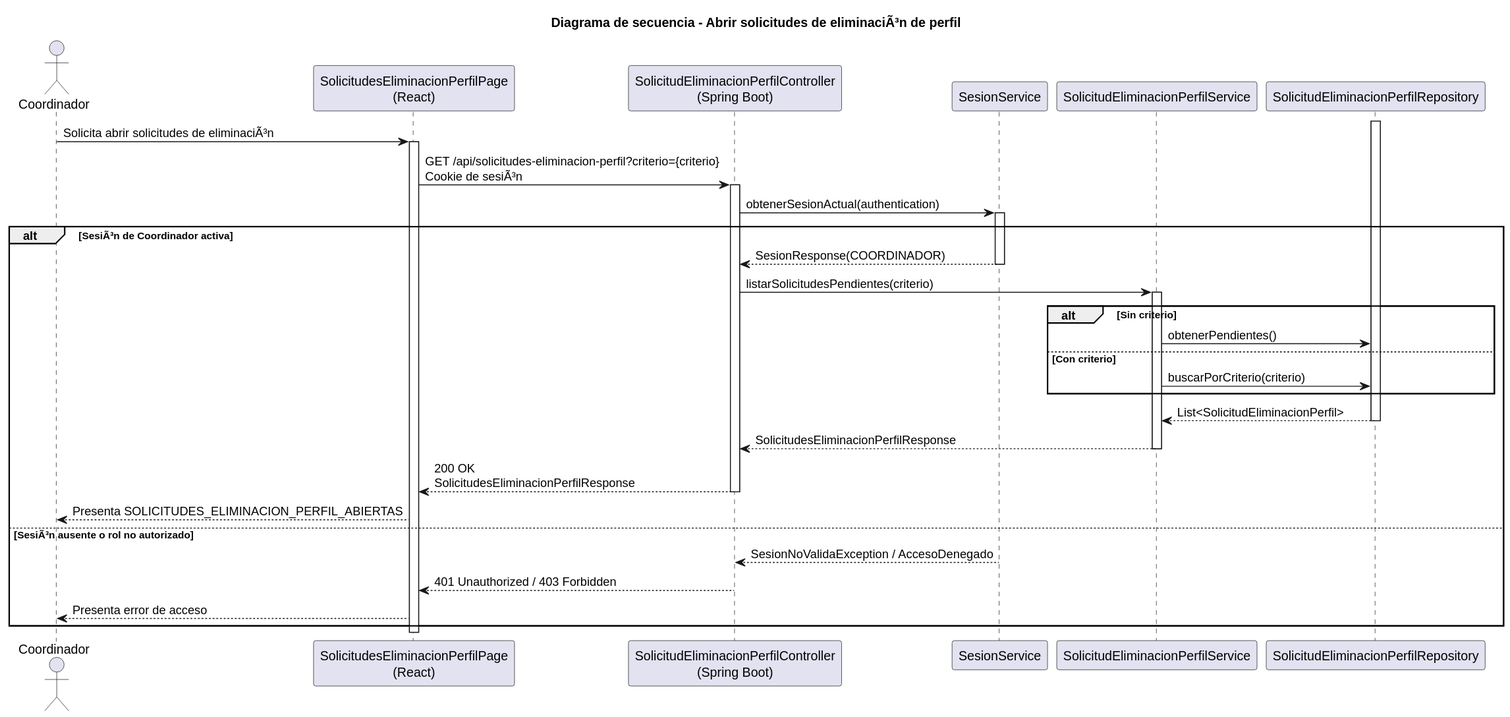
beatriizorozco/25-26-idsw2-sdVC keeps this PlantUML diagram as images/RUP/02-diseño/casos-uso/coordinador/abrirSolicitudesEliminacionPerfil/secuencia.svg. Above is the earlier version.
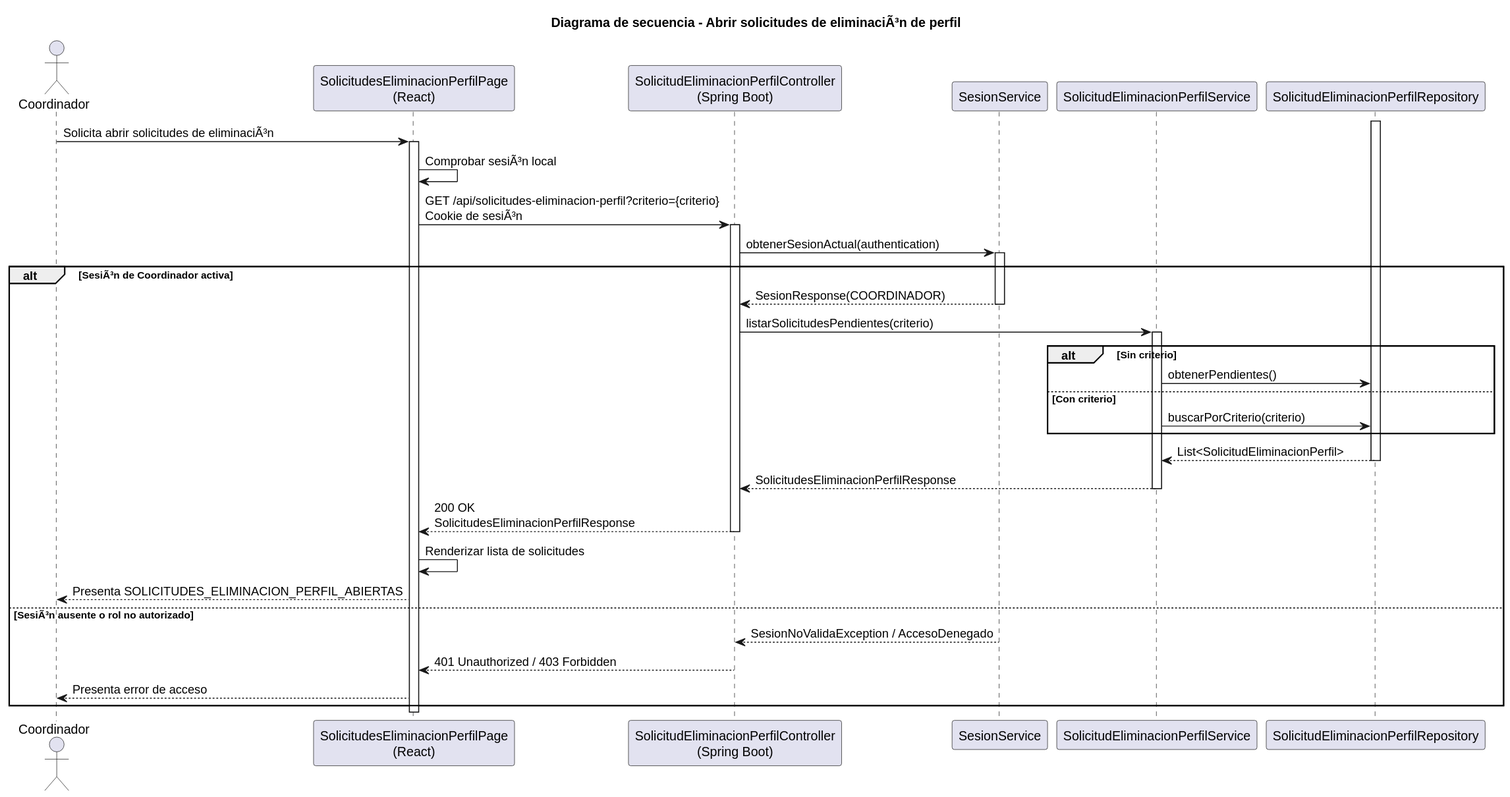
Later version of the same file.

What changed in the source:
```diff
@@ -10,6 +10,7 @@
 
 Coordinador -> Frontend: Solicita abrir solicitudes de eliminaciÃ³n
 activate Frontend
+Frontend -> Frontend: Comprobar sesiÃ³n local
 Frontend -> Api: GET /api/solicitudes-eliminacion-perfil?criterio={criterio}\nCookie de sesiÃ³n
 activate Api
 Api -> Sesion: obtenerSesionActual(authentication)
@@ -31,6 +32,7 @@
     deactivate SolicitudService
     Api --> Frontend: 200 OK\nSolicitudesEliminacionPerfilResponse
     deactivate Api
+    Frontend -> Frontend: Renderizar lista de solicitudes
     Frontend --> Coordinador: Presenta SOLICITUDES_ELIMINACION_PERFIL_ABIERTAS
 else SesiÃ³n ausente o rol no autorizado
     Sesion --> Api: SesionNoValidaException / AccesoDenegado
```
